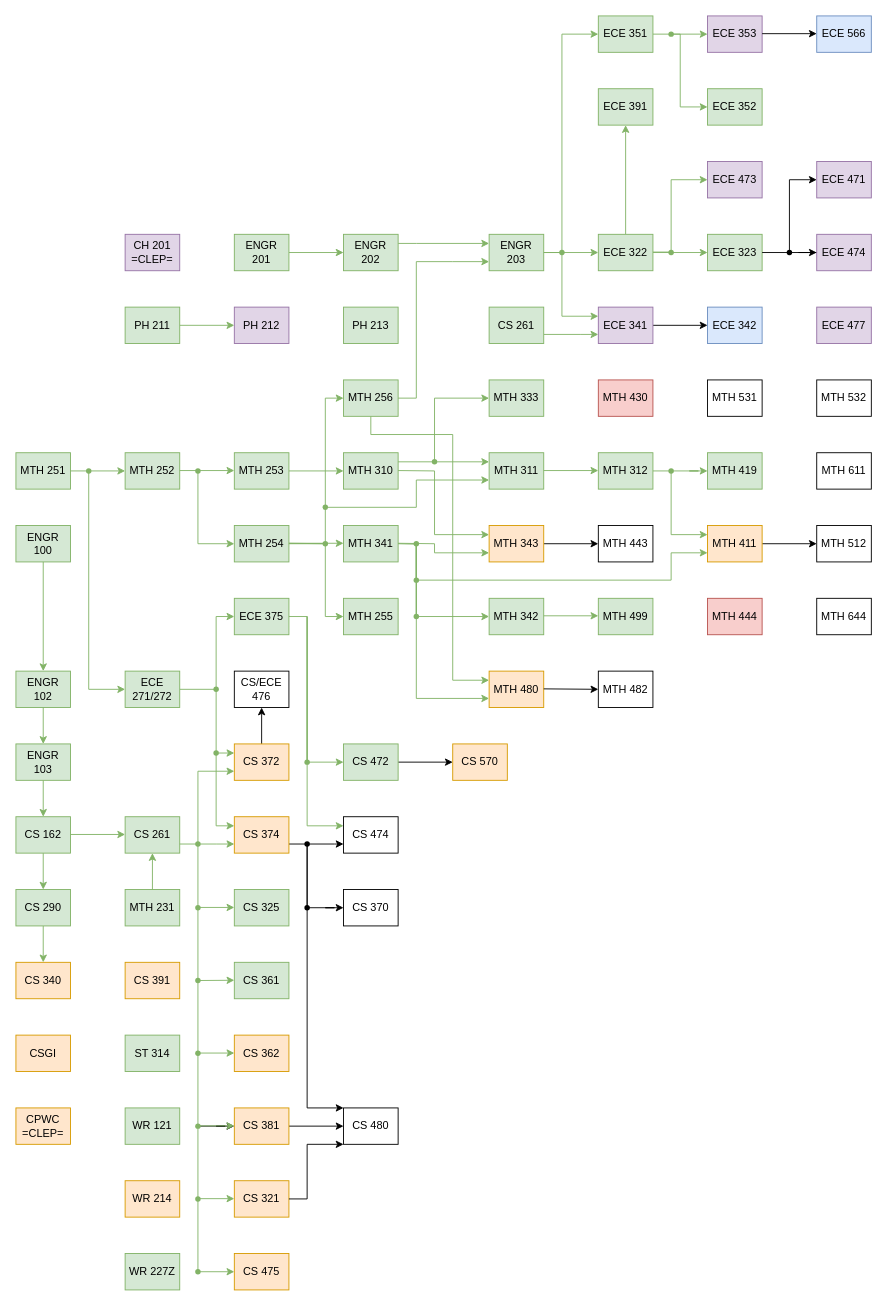
Jonas-Carew/Class-Flowchart keeps this draw.io diagram as Classes.drawio. Above is the earlier version. Source tidied: cells renumbered, new cells numbered last; positions are measured from the earlier drawing's top-left corner, leaving out a move shared by most shapes. Both pictures are drawn from the tidied source at 91%, with x=0, y=0 at pixel (15, 15).
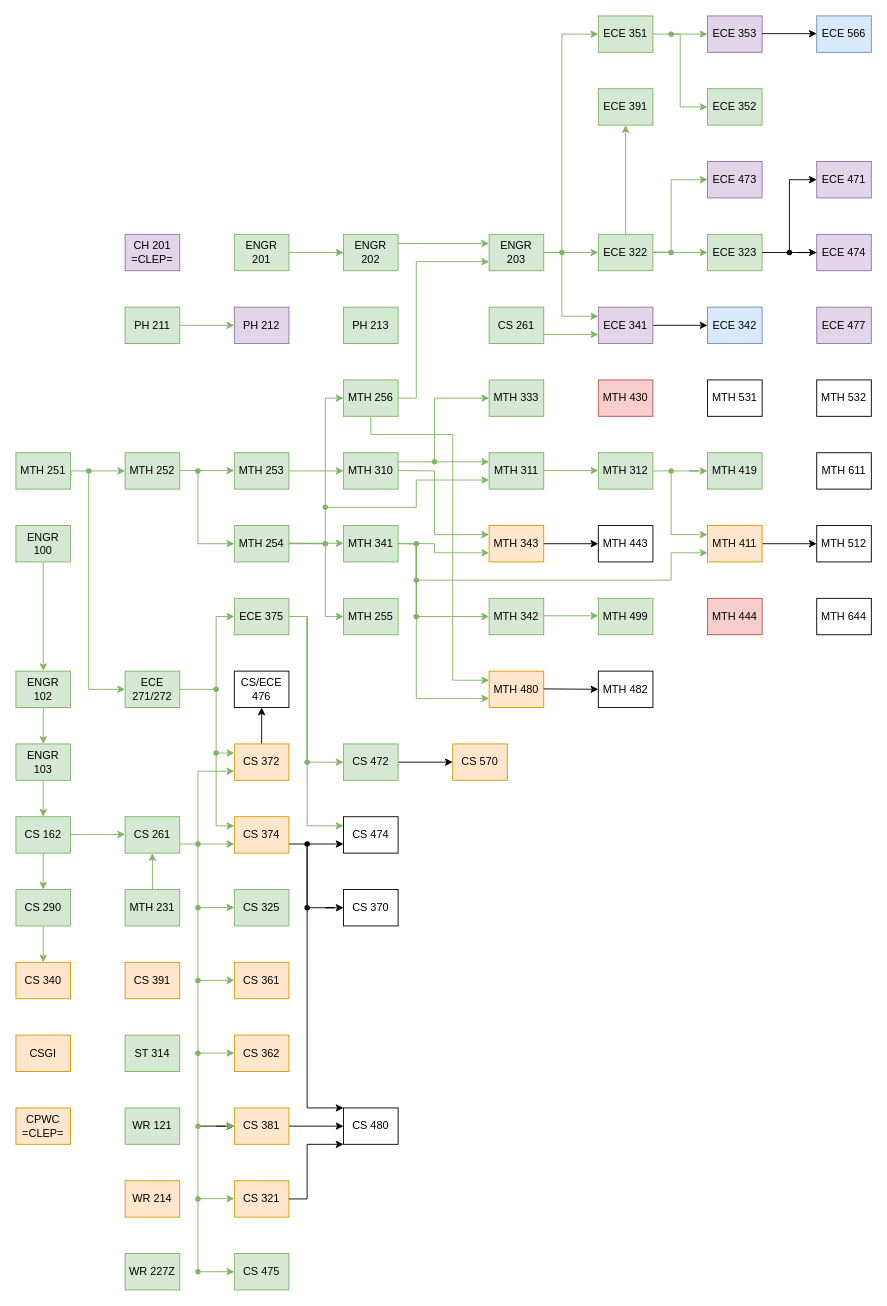
The same diagram, later.

Change to the diagram source:
```diff
@@
-    <mxCell id="53" value="&lt;div&gt;CS 361&lt;/div&gt;" style="rounded=0;whiteSpace=wrap;html=1;fillColor=#d5e8d4;strokeColor=#82b366;" parent="1" vertex="1">
+    <mxCell id="53" value="&lt;div&gt;CS 361&lt;/div&gt;" style="rounded=0;whiteSpace=wrap;html=1;fillColor=#ffe6cc;strokeColor=#d79b00;" parent="1" vertex="1">
       <mxGeometry x="240" y="1040" width="60" height="40" as="geometry" />
     </mxCell>
@@
-    <mxCell id="116" value="CS 475" style="whiteSpace=wrap;html=1;rounded=0;fillColor=#ffe6cc;strokeColor=#d79b00;" parent="1" vertex="1">
+    <mxCell id="116" value="CS 475" style="whiteSpace=wrap;html=1;rounded=0;fillColor=#d5e8d4;strokeColor=#82b366;" parent="1" vertex="1">
       <mxGeometry x="240" y="1360" width="60" height="40" as="geometry" />
     </mxCell>
```
